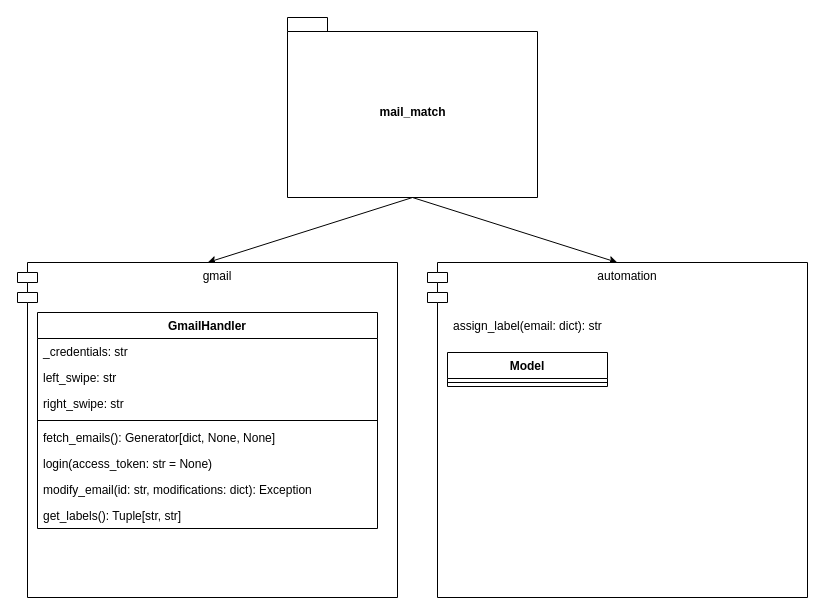
Earlier version of the draw.io diagram docs/KlassenDiagramm.drawio (Pizza989/mail_match). Source tidied: cells renumbered, new cells numbered last; positions are measured from the earlier drawing's top-left corner, leaving out a move shared by most shapes. Both pictures are drawn from the tidied source at 100%, with x=0, y=0 at pixel (17, 17).
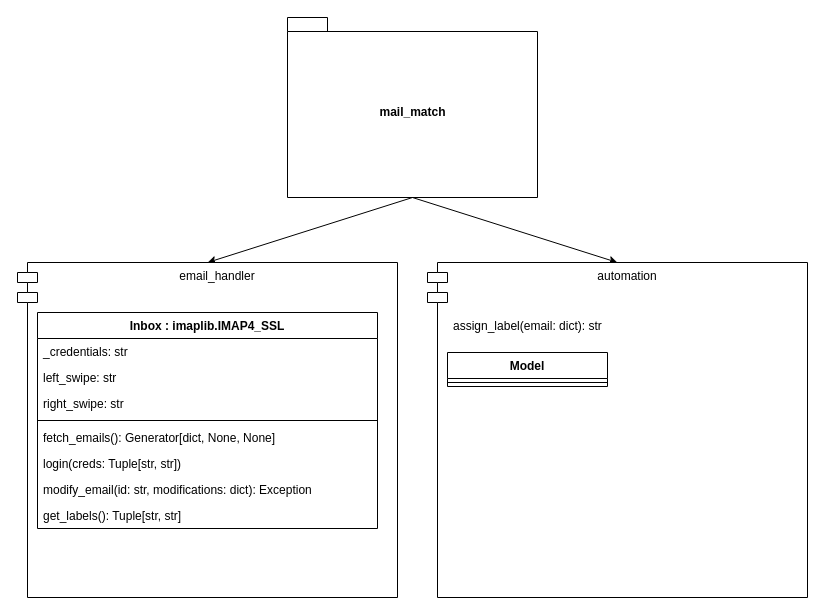
The same diagram, later.

Diff of the diagram source:
```diff
@@
 <mxGraphModel>
   <root>
     <mxCell id="0" />
     <mxCell id="1" parent="0" />
     <mxCell id="2" style="edgeStyle=none;html=1;exitX=0.5;exitY=1;exitDx=0;exitDy=0;exitPerimeter=0;entryX=0.5;entryY=0;entryDx=0;entryDy=0;" parent="1" edge="1" source="4" target="5">
       <mxGeometry relative="1" as="geometry" />
     </mxCell>
     <mxCell id="3" style="edgeStyle=none;html=1;exitX=0.5;exitY=1;exitDx=0;exitDy=0;exitPerimeter=0;entryX=0.5;entryY=0;entryDx=0;entryDy=0;" parent="1" edge="1" source="4" target="15">
       <mxGeometry relative="1" as="geometry" />
     </mxCell>
     <mxCell id="4" value="mail_match" style="shape=folder;fontStyle=1;spacingTop=10;tabWidth=40;tabHeight=14;tabPosition=left;html=1;" parent="1" vertex="1">
       <mxGeometry x="270" width="250" height="180" as="geometry" />
     </mxCell>
-    <mxCell id="5" value="gmail" style="shape=module;align=left;spacingLeft=20;align=center;verticalAlign=top;" parent="1" vertex="1">
+    <mxCell id="5" value="email_handler" style="shape=module;align=left;spacingLeft=20;align=center;verticalAlign=top;" parent="1" vertex="1">
       <mxGeometry y="245" width="380" height="335" as="geometry" />
     </mxCell>
-    <mxCell id="6" value="GmailHandler" style="swimlane;fontStyle=1;align=center;verticalAlign=top;horizontal=1;startSize=26;" parent="1" vertex="1">
+    <mxCell id="6" value="Inbox : imaplib.IMAP4_SSL" style="swimlane;fontStyle=1;align=center;verticalAlign=top;horizontal=1;startSize=26;" parent="1" vertex="1">
       <mxGeometry x="20" y="295" width="340" height="216" as="geometry" />
     </mxCell>
     <mxCell id="7" value="_credentials: str" style="text;strokeColor=none;fillColor=none;align=left;verticalAlign=top;spacingLeft=4;spacingRight=4;overflow=hidden;" parent="6" vertex="1">
       <mxGeometry y="26" width="340" height="26" as="geometry" />
     </mxCell>
     <mxCell id="8" value="left_swipe: str" style="text;strokeColor=none;fillColor=none;align=left;verticalAlign=top;spacingLeft=4;spacingRight=4;overflow=hidden;" parent="6" vertex="1">
       <mxGeometry y="52" width="340" height="26" as="geometry" />
     </mxCell>
     <mxCell id="9" value="right_swipe: str" style="text;strokeColor=none;fillColor=none;align=left;verticalAlign=top;spacingLeft=4;spacingRight=4;overflow=hidden;" parent="6" vertex="1">
       <mxGeometry y="78" width="340" height="26" as="geometry" />
     </mxCell>
     <mxCell id="10" style="line;strokeWidth=1;fillColor=none;align=left;verticalAlign=middle;spacingTop=-1;spacingLeft=3;spacingRight=3;labelPosition=right;strokeColor=inherit;" parent="6" vertex="1">
       <mxGeometry y="104" width="340" height="8" as="geometry" />
     </mxCell>
     <mxCell id="11" value="fetch_emails(): Generator[dict, None, None]" style="text;strokeColor=none;fillColor=none;align=left;verticalAlign=top;spacingLeft=4;spacingRight=4;overflow=hidden;" parent="6" vertex="1">
       <mxGeometry y="112" width="340" height="26" as="geometry" />
     </mxCell>
-    <mxCell id="12" value="login(access_token: str = None)" style="text;strokeColor=none;fillColor=none;align=left;verticalAlign=top;spacingLeft=4;spacingRight=4;overflow=hidden;" parent="6" vertex="1">
+    <mxCell id="12" value="login(creds: Tuple[str, str])" style="text;strokeColor=none;fillColor=none;align=left;verticalAlign=top;spacingLeft=4;spacingRight=4;overflow=hidden;" parent="6" vertex="1">
       <mxGeometry y="138" width="340" height="26" as="geometry" />
     </mxCell>
     <mxCell id="13" value="modify_email(id: str, modifications: dict): Exception" style="text;strokeColor=none;fillColor=none;align=left;verticalAlign=top;spacingLeft=4;spacingRight=4;overflow=hidden;" parent="6" vertex="1">
       <mxGeometry y="164" width="340" height="26" as="geometry" />
     </mxCell>
     <mxCell id="14" value="get_labels(): Tuple[str, str]" style="text;strokeColor=none;fillColor=none;align=left;verticalAlign=top;spacingLeft=4;spacingRight=4;overflow=hidden;" parent="6" vertex="1">
       <mxGeometry y="190" width="340" height="26" as="geometry" />
     </mxCell>
     <mxCell id="15" value="automation" style="shape=module;align=left;spacingLeft=20;align=center;verticalAlign=top;" parent="1" vertex="1">
       <mxGeometry x="410" y="245" width="380" height="335" as="geometry" />
     </mxCell>
     <mxCell id="16" value="Model" style="swimlane;fontStyle=1;align=center;verticalAlign=top;horizontal=1;startSize=26;" parent="1" vertex="1">
       <mxGeometry x="430" y="335" width="160" height="34" as="geometry" />
     </mxCell>
     <mxCell id="17" style="line;strokeWidth=1;fillColor=none;align=left;verticalAlign=middle;spacingTop=-1;spacingLeft=3;spacingRight=3;labelPosition=right;strokeColor=inherit;" parent="16" vertex="1">
       <mxGeometry y="26" width="160" height="8" as="geometry" />
     </mxCell>
     <mxCell id="18" value="assign_label(email: dict): str" style="text;strokeColor=none;fillColor=none;align=left;verticalAlign=top;spacingLeft=4;spacingRight=4;overflow=hidden;" parent="1" vertex="1">
       <mxGeometry x="430" y="295" width="160" height="26" as="geometry" />
     </mxCell>
   </root>
 </mxGraphModel>
```
